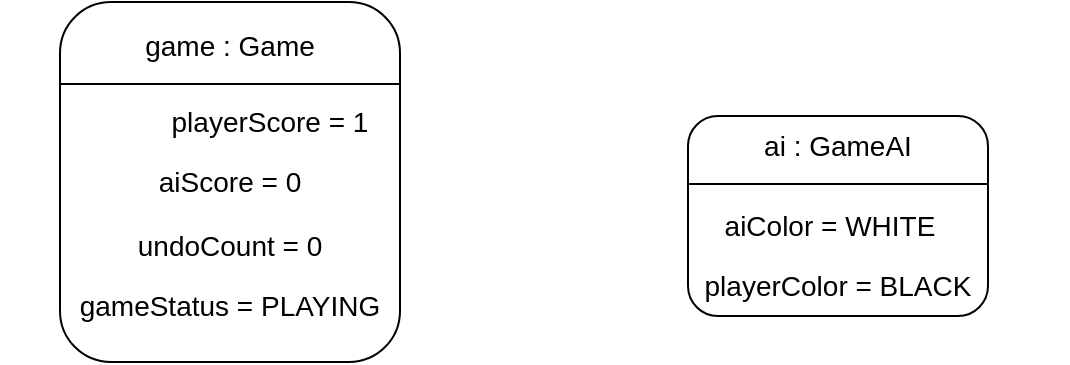
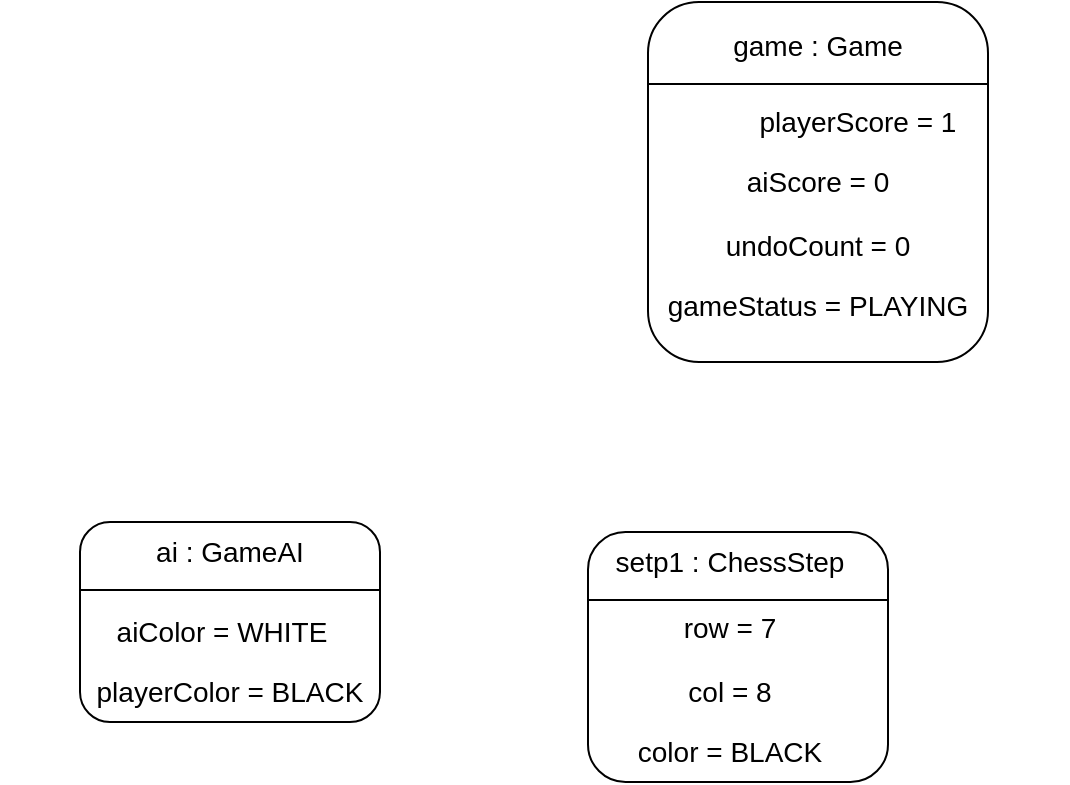
<mxfile host="app.diagrams.net">
  <diagram name="Page-1" id="0ReAsvqA7detj-B-9dcy">
    <mxGraphModel dx="816" dy="851" grid="1" gridSize="10" guides="1" tooltips="1" connect="1" arrows="1" fold="1" page="1" pageScale="1" pageWidth="827" pageHeight="1169" math="0" shadow="0">
      <root>
        <mxCell id="0" />
        <mxCell id="1" parent="0" />
        <mxCell id="SbXvcZRWJQVZtiNrkdkc-1" parent="1" style="rounded=1;whiteSpace=wrap;html=1;" value="" vertex="1">
-           <mxGeometry height="180" width="170" x="100" y="353" as="geometry" />
+           <mxGeometry height="180" width="170" x="324" y="60" as="geometry" />
        </mxCell>
        <mxCell id="SbXvcZRWJQVZtiNrkdkc-3" parent="1" style="text;html=1;whiteSpace=wrap;strokeColor=none;fillColor=none;align=center;verticalAlign=middle;rounded=0;" value="&lt;font style=&quot;font-size: 14px;&quot;&gt;game : Game&lt;/font&gt;" vertex="1">
-           <mxGeometry height="30" width="90" x="140" y="360" as="geometry" />
+           <mxGeometry height="30" width="90" x="364" y="67" as="geometry" />
        </mxCell>
        <mxCell id="SbXvcZRWJQVZtiNrkdkc-4" parent="1" style="text;html=1;whiteSpace=wrap;strokeColor=none;fillColor=none;align=center;verticalAlign=middle;rounded=0;" value="&lt;font style=&quot;font-size: 14px;&quot;&gt;playerScore = 1&lt;/font&gt;" vertex="1">
-           <mxGeometry height="30" width="210" x="100" y="398" as="geometry" />
+           <mxGeometry height="30" width="210" x="324" y="105" as="geometry" />
        </mxCell>
        <mxCell id="SbXvcZRWJQVZtiNrkdkc-5" parent="1" style="text;html=1;whiteSpace=wrap;strokeColor=none;fillColor=none;align=center;verticalAlign=middle;rounded=0;" value="&lt;font style=&quot;font-size: 14px;&quot;&gt;aiScore = 0&lt;/font&gt;" vertex="1">
-           <mxGeometry height="30" width="230" x="70" y="428" as="geometry" />
+           <mxGeometry height="30" width="230" x="294" y="135" as="geometry" />
        </mxCell>
        <mxCell id="SbXvcZRWJQVZtiNrkdkc-6" parent="1" style="text;html=1;whiteSpace=wrap;strokeColor=none;fillColor=none;align=center;verticalAlign=middle;rounded=0;" value="&lt;font style=&quot;font-size: 14px;&quot;&gt;undoCount = 0&lt;/font&gt;" vertex="1">
-           <mxGeometry height="30" width="230" x="70" y="460" as="geometry" />
+           <mxGeometry height="30" width="230" x="294" y="167" as="geometry" />
        </mxCell>
        <mxCell id="SbXvcZRWJQVZtiNrkdkc-8" parent="1" style="text;html=1;whiteSpace=wrap;strokeColor=none;fillColor=none;align=center;verticalAlign=middle;rounded=0;" value="&lt;font style=&quot;font-size: 14px;&quot;&gt;gameStatus = PLAYING&lt;/font&gt;" vertex="1">
-           <mxGeometry height="30" width="230" x="70" y="490" as="geometry" />
+           <mxGeometry height="30" width="230" x="294" y="197" as="geometry" />
        </mxCell>
        <mxCell id="SbXvcZRWJQVZtiNrkdkc-9" parent="1" style="rounded=1;whiteSpace=wrap;html=1;" value="" vertex="1">
-           <mxGeometry height="100" width="150" x="414" y="410" as="geometry" />
+           <mxGeometry height="100" width="150" x="40" y="320" as="geometry" />
        </mxCell>
        <mxCell id="SbXvcZRWJQVZtiNrkdkc-10" parent="1" style="line;strokeWidth=1;fillColor=none;align=left;verticalAlign=middle;spacingTop=-1;spacingLeft=3;spacingRight=3;rotatable=0;labelPosition=right;points=[];portConstraint=eastwest;strokeColor=inherit;" value="" vertex="1">
-           <mxGeometry height="8" width="150" x="414" y="440" as="geometry" />
+           <mxGeometry height="8" width="150" x="40" y="350" as="geometry" />
        </mxCell>
        <mxCell id="SbXvcZRWJQVZtiNrkdkc-11" parent="1" style="text;html=1;whiteSpace=wrap;strokeColor=none;fillColor=none;align=center;verticalAlign=middle;rounded=0;" value="&lt;span style=&quot;font-size: 14px;&quot;&gt;ai : GameAI&lt;/span&gt;" vertex="1">
-           <mxGeometry height="30" width="90" x="444" y="410" as="geometry" />
+           <mxGeometry height="30" width="90" x="70" y="320" as="geometry" />
        </mxCell>
        <mxCell id="SbXvcZRWJQVZtiNrkdkc-12" parent="1" style="text;html=1;whiteSpace=wrap;strokeColor=none;fillColor=none;align=center;verticalAlign=middle;rounded=0;" value="&lt;span style=&quot;font-size: 14px;&quot;&gt;aiColor = WHITE&lt;/span&gt;" vertex="1">
-           <mxGeometry height="30" width="210" x="380" y="450" as="geometry" />
+           <mxGeometry height="30" width="210" x="6" y="360" as="geometry" />
        </mxCell>
        <mxCell id="SbXvcZRWJQVZtiNrkdkc-13" parent="1" style="text;html=1;whiteSpace=wrap;strokeColor=none;fillColor=none;align=center;verticalAlign=middle;rounded=0;" value="&lt;font style=&quot;font-size: 14px;&quot;&gt;playerColor = BLACK&lt;/font&gt;" vertex="1">
-           <mxGeometry height="30" width="230" x="374" y="480" as="geometry" />
+           <mxGeometry height="30" width="230" y="390" as="geometry" />
        </mxCell>
        <mxCell id="SbXvcZRWJQVZtiNrkdkc-16" parent="1" style="line;strokeWidth=1;fillColor=none;align=left;verticalAlign=middle;spacingTop=-1;spacingLeft=3;spacingRight=3;rotatable=0;labelPosition=right;points=[];portConstraint=eastwest;strokeColor=inherit;" value="" vertex="1">
-           <mxGeometry height="8" width="170" x="100" y="390" as="geometry" />
+           <mxGeometry height="8" width="170" x="324" y="97" as="geometry" />
+         </mxCell>
+         <mxCell id="SbXvcZRWJQVZtiNrkdkc-20" parent="1" style="rounded=1;whiteSpace=wrap;html=1;" value="" vertex="1">
+           <mxGeometry height="125" width="150" x="294" y="325" as="geometry" />
+         </mxCell>
+         <mxCell id="SbXvcZRWJQVZtiNrkdkc-21" parent="1" style="line;strokeWidth=1;fillColor=none;align=left;verticalAlign=middle;spacingTop=-1;spacingLeft=3;spacingRight=3;rotatable=0;labelPosition=right;points=[];portConstraint=eastwest;strokeColor=inherit;" value="" vertex="1">
+           <mxGeometry height="8" width="150" x="294" y="355" as="geometry" />
+         </mxCell>
+         <mxCell id="SbXvcZRWJQVZtiNrkdkc-22" parent="1" style="text;html=1;whiteSpace=wrap;strokeColor=none;fillColor=none;align=center;verticalAlign=middle;rounded=0;" value="&lt;span style=&quot;font-size: 14px;&quot;&gt;setp1 : ChessStep&lt;/span&gt;" vertex="1">
+           <mxGeometry height="30" width="150" x="290" y="325" as="geometry" />
+         </mxCell>
+         <mxCell id="SbXvcZRWJQVZtiNrkdkc-23" parent="1" style="text;html=1;whiteSpace=wrap;strokeColor=none;fillColor=none;align=center;verticalAlign=middle;rounded=0;" value="&lt;span style=&quot;font-size: 14px;&quot;&gt;row = 7&lt;/span&gt;" vertex="1">
+           <mxGeometry height="30" width="210" x="260" y="358" as="geometry" />
+         </mxCell>
+         <mxCell id="SbXvcZRWJQVZtiNrkdkc-24" parent="1" style="text;html=1;whiteSpace=wrap;strokeColor=none;fillColor=none;align=center;verticalAlign=middle;rounded=0;" value="&lt;font style=&quot;font-size: 14px;&quot;&gt;col = 8&lt;/font&gt;" vertex="1">
+           <mxGeometry height="30" width="230" x="250" y="390" as="geometry" />
+         </mxCell>
+         <mxCell id="SbXvcZRWJQVZtiNrkdkc-26" parent="1" style="text;html=1;whiteSpace=wrap;strokeColor=none;fillColor=none;align=center;verticalAlign=middle;rounded=0;" value="&lt;font style=&quot;font-size: 14px;&quot;&gt;color = BLACK&lt;/font&gt;" vertex="1">
+           <mxGeometry height="30" width="230" x="250" y="420" as="geometry" />
        </mxCell>
      </root>
    </mxGraphModel>
  </diagram>
</mxfile>
